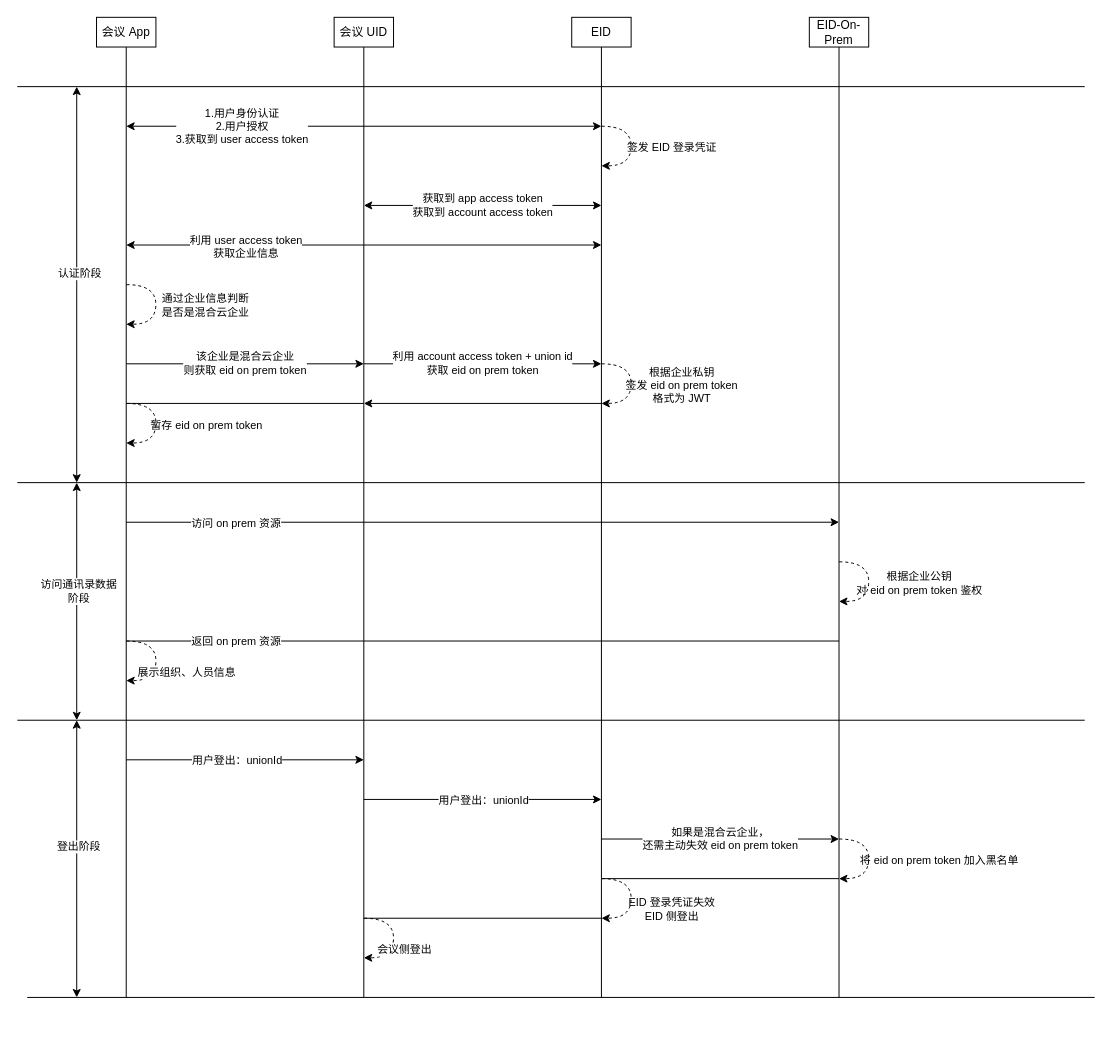
This is homework/src/main/resources/混合云认证数据流转.drawio from YufuMxl/geek_java_practise, a draw.io file, before an edit. Source tidied: cells renumbered, new cells numbered last; positions are measured from the earlier drawing's top-left corner, leaving out a move shared by most shapes. Both pictures are drawn from the tidied source at 99%, with x=0, y=0 at pixel (17, 17).
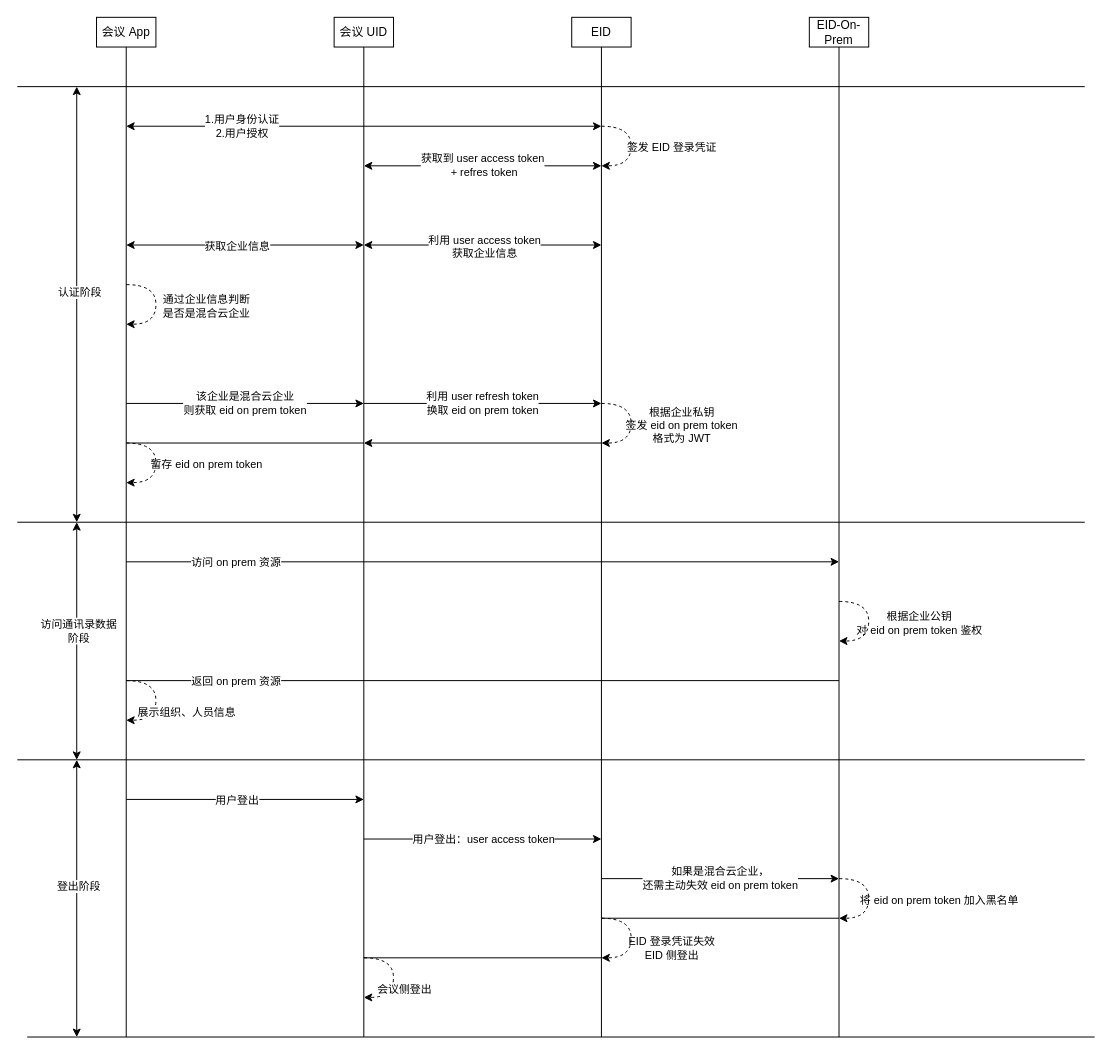
The same page after the edit.

Commit message (it also covers changes not shown here):
更新混合云认证数据流转.drawio

Unchanged cells that the change refers to:
```xml
<mxCell id="3" value="会议 App" style="rounded=0;whiteSpace=wrap;html=1;" parent="1" vertex="1">
  <mxGeometry x="80" width="60" height="30" as="geometry" />
</mxCell>
<mxCell id="5" value="会议 UID" style="rounded=0;whiteSpace=wrap;html=1;" parent="1" vertex="1">
  <mxGeometry x="320" width="60" height="30" as="geometry" />
</mxCell>
<mxCell id="7" value="EID" style="rounded=0;whiteSpace=wrap;html=1;" parent="1" vertex="1">
  <mxGeometry x="560" width="60" height="30" as="geometry" />
</mxCell>
<mxCell id="9" value="EID-On-Prem" style="rounded=0;whiteSpace=wrap;html=1;" parent="1" vertex="1">
  <mxGeometry x="800" width="60" height="30" as="geometry" />
</mxCell>
<mxCell id="10" style="endArrow=classic;html=1;rounded=0;startArrow=classic;startFill=1;" parent="1" edge="1">
  <mxGeometry relative="1" as="geometry">
    <mxPoint x="110" y="110" as="sourcePoint" />
    <mxPoint x="590" y="110" as="targetPoint" />
  </mxGeometry>
</mxCell>
```

Diff of the diagram source:
```diff
@@
     <mxCell id="2" style="endArrow=none;html=1;rounded=0;entryX=0.5;entryY=1;entryDx=0;entryDy=0;" parent="1" edge="1" target="3">
       <mxGeometry relative="1" as="geometry">
-        <mxPoint x="110" y="990" as="sourcePoint" />
+        <mxPoint x="110" y="1030" as="sourcePoint" />
       </mxGeometry>
     </mxCell>
@@
     <mxCell id="4" style="endArrow=none;html=1;rounded=0;entryX=0.5;entryY=1;entryDx=0;entryDy=0;" parent="1" edge="1" target="5">
       <mxGeometry relative="1" as="geometry">
-        <mxPoint x="350" y="990" as="sourcePoint" />
+        <mxPoint x="350" y="1030" as="sourcePoint" />
       </mxGeometry>
     </mxCell>
@@
     <mxCell id="6" style="endArrow=none;html=1;rounded=0;entryX=0.5;entryY=1;entryDx=0;entryDy=0;" parent="1" edge="1" target="7">
       <mxGeometry relative="1" as="geometry">
-        <mxPoint x="590" y="990" as="sourcePoint" />
+        <mxPoint x="590" y="1030" as="sourcePoint" />
       </mxGeometry>
     </mxCell>
@@
     <mxCell id="8" style="endArrow=none;html=1;rounded=0;entryX=0.5;entryY=1;entryDx=0;entryDy=0;" parent="1" edge="1" target="9">
       <mxGeometry relative="1" as="geometry">
-        <mxPoint x="830" y="990" as="sourcePoint" />
+        <mxPoint x="830" y="1030" as="sourcePoint" />
       </mxGeometry>
     </mxCell>
@@
-    <mxCell id="11" value="&lt;div&gt;1.用户身份认证&lt;/div&gt;&lt;div&gt;2.用户授权&lt;br&gt;&lt;/div&gt;&lt;div&gt;3.获取到 user access token&lt;/div&gt;" style="edgeLabel;html=1;align=center;verticalAlign=middle;" parent="10" vertex="1">
+    <mxCell id="11" value="&lt;div&gt;1.用户身份认证&lt;/div&gt;&lt;div&gt;2.用户授权&lt;br&gt;&lt;/div&gt;" style="edgeLabel;html=1;align=center;verticalAlign=middle;" parent="10" vertex="1">
       <mxGeometry x="-0.55" y="1" relative="1" as="geometry">
         <mxPoint x="8" as="offset" />
       </mxGeometry>
     </mxCell>
     <mxCell id="12" style="endArrow=classic;html=1;rounded=0;startArrow=none;startFill=0;" parent="1" edge="1">
       <mxGeometry relative="1" as="geometry">
-        <mxPoint x="350" y="350" as="sourcePoint" />
-        <mxPoint x="590" y="350" as="targetPoint" />
+        <mxPoint x="350" y="390" as="sourcePoint" />
+        <mxPoint x="590" y="390" as="targetPoint" />
       </mxGeometry>
     </mxCell>
-    <mxCell id="13" value="&lt;div&gt;利用 account access token + union id&lt;br&gt;&lt;/div&gt;&lt;div&gt;获取 eid on prem token&lt;/div&gt;" style="edgeLabel;html=1;align=center;verticalAlign=middle;" parent="12" vertex="1">
+    <mxCell id="13" value="&lt;div&gt;利用 user refresh token&lt;br&gt;&lt;/div&gt;&lt;div&gt;换取 eid on prem token&lt;/div&gt;" style="edgeLabel;html=1;align=center;verticalAlign=middle;" parent="12" vertex="1">
       <mxGeometry x="0.04" y="1" relative="1" as="geometry">
         <mxPoint x="-6" as="offset" />
       </mxGeometry>
     </mxCell>
-    <mxCell id="14" value="&lt;div&gt;获取到 app access token&lt;/div&gt;&lt;div&gt;获取到 account access token&lt;br&gt;&lt;/div&gt;" style="endArrow=classic;html=1;rounded=0;startArrow=classic;startFill=1;" parent="1" edge="1">
-      <mxGeometry relative="1" as="geometry">
-        <mxPoint x="350" y="190" as="sourcePoint" />
-        <mxPoint x="590" y="190" as="targetPoint" />
-      </mxGeometry>
-    </mxCell>
     <mxCell id="15" style="endArrow=classic;html=1;rounded=0;" parent="1" edge="1">
       <mxGeometry relative="1" as="geometry">
-        <mxPoint x="110" y="510" as="sourcePoint" />
-        <mxPoint x="830" y="510" as="targetPoint" />
+        <mxPoint x="110" y="550" as="sourcePoint" />
+        <mxPoint x="830" y="550" as="targetPoint" />
       </mxGeometry>
     </mxCell>
@@
     <mxCell id="17" style="endArrow=classic;html=1;rounded=0;" parent="1" edge="1">
       <mxGeometry relative="1" as="geometry">
-        <mxPoint x="110" y="750" as="sourcePoint" />
-        <mxPoint x="350" y="750" as="targetPoint" />
+        <mxPoint x="110" y="790" as="sourcePoint" />
+        <mxPoint x="350" y="790" as="targetPoint" />
       </mxGeometry>
     </mxCell>
-    <mxCell id="18" value="用户登出：unionId" style="edgeLabel;html=1;align=center;verticalAlign=middle;" parent="17" vertex="1">
+    <mxCell id="18" value="用户登出" style="edgeLabel;html=1;align=center;verticalAlign=middle;" parent="17" vertex="1">
       <mxGeometry x="-0.32" relative="1" as="geometry">
         <mxPoint x="29" as="offset" />
       </mxGeometry>
     </mxCell>
     <mxCell id="19" style="endArrow=classic;html=1;rounded=0;dashed=1;edgeStyle=orthogonalEdgeStyle;curved=1;" parent="1" edge="1">
       <mxGeometry relative="1" as="geometry">
-        <mxPoint x="350" y="910" as="sourcePoint" />
-        <mxPoint x="350" y="950" as="targetPoint" />
+        <mxPoint x="350" y="950" as="sourcePoint" />
+        <mxPoint x="350" y="990" as="targetPoint" />
         <Array as="points">
-          <mxPoint x="380" y="910" />
           <mxPoint x="380" y="950" />
+          <mxPoint x="380" y="990" />
         </Array>
       </mxGeometry>
     </mxCell>
@@
     <mxCell id="21" style="endArrow=classic;html=1;rounded=0;" parent="1" edge="1">
       <mxGeometry relative="1" as="geometry">
-        <mxPoint x="350" y="790" as="sourcePoint" />
-        <mxPoint x="590" y="790" as="targetPoint" />
+        <mxPoint x="350" y="830" as="sourcePoint" />
+        <mxPoint x="590" y="830" as="targetPoint" />
       </mxGeometry>
     </mxCell>
-    <mxCell id="22" value="用户登出：unionId" style="edgeLabel;html=1;align=center;verticalAlign=middle;" parent="21" vertex="1">
+    <mxCell id="22" value="用户登出：user access token" style="edgeLabel;html=1;align=center;verticalAlign=middle;" parent="21" vertex="1">
       <mxGeometry x="-0.16" relative="1" as="geometry">
         <mxPoint x="19" as="offset" />
       </mxGeometry>
     </mxCell>
     <mxCell id="23" value="&lt;div&gt;如果是混合云企业，&lt;/div&gt;&lt;div&gt;还需主动失效 eid on prem token&lt;/div&gt;" style="endArrow=classic;html=1;rounded=0;" parent="1" edge="1">
       <mxGeometry relative="1" as="geometry">
-        <mxPoint x="590" y="830" as="sourcePoint" />
-        <mxPoint x="830" y="830" as="targetPoint" />
+        <mxPoint x="590" y="870" as="sourcePoint" />
+        <mxPoint x="830" y="870" as="targetPoint" />
       </mxGeometry>
     </mxCell>
     <mxCell id="24" style="endArrow=none;html=1;rounded=0;" parent="1" edge="1">
       <mxGeometry relative="1" as="geometry">
-        <mxPoint y="470" as="sourcePoint" />
-        <mxPoint x="1078.2" y="470" as="targetPoint" />
+        <mxPoint y="510" as="sourcePoint" />
+        <mxPoint x="1078.2" y="510" as="targetPoint" />
       </mxGeometry>
     </mxCell>
@@
     <mxCell id="26" style="endArrow=classic;startArrow=classic;html=1;rounded=0;" parent="1" edge="1">
       <mxGeometry relative="1" as="geometry">
-        <mxPoint x="60" y="470" as="sourcePoint" />
+        <mxPoint x="60" y="510" as="sourcePoint" />
         <mxPoint x="60" y="70" as="targetPoint" />
       </mxGeometry>
     </mxCell>
@@
     <mxCell id="28" style="endArrow=none;html=1;rounded=0;" parent="1" edge="1">
       <mxGeometry relative="1" as="geometry">
-        <mxPoint y="710" as="sourcePoint" />
-        <mxPoint x="1078.2" y="710" as="targetPoint" />
+        <mxPoint y="750" as="sourcePoint" />
+        <mxPoint x="1078.2" y="750" as="targetPoint" />
       </mxGeometry>
     </mxCell>
     <mxCell id="29" style="endArrow=classic;html=1;rounded=0;startArrow=classic;startFill=1;" parent="1" edge="1">
       <mxGeometry relative="1" as="geometry">
         <mxPoint x="110" y="230" as="sourcePoint" />
-        <mxPoint x="590" y="230" as="targetPoint" />
+        <mxPoint x="350" y="230" as="targetPoint" />
       </mxGeometry>
     </mxCell>
-    <mxCell id="30" value="&lt;div&gt;利用 user access token&lt;/div&gt;&lt;div&gt;获取企业信息&lt;br&gt;&lt;/div&gt;" style="edgeLabel;html=1;align=center;verticalAlign=middle;" parent="29" vertex="1">
+    <mxCell id="30" value="&lt;div&gt;获取企业信息&lt;br&gt;&lt;/div&gt;" style="edgeLabel;html=1;align=center;verticalAlign=middle;" parent="29" vertex="1">
       <mxGeometry x="-0.55" y="-1" relative="1" as="geometry">
-        <mxPoint x="12" as="offset" />
+        <mxPoint x="57" as="offset" />
       </mxGeometry>
     </mxCell>
     <mxCell id="31" style="endArrow=classic;html=1;rounded=0;dashed=1;edgeStyle=orthogonalEdgeStyle;curved=1;" parent="1" edge="1">
       <mxGeometry relative="1" as="geometry">
         <mxPoint x="110" y="270" as="sourcePoint" />
         <mxPoint x="110" y="310" as="targetPoint" />
         <Array as="points">
-          <mxPoint x="139.9" y="270" />
-          <mxPoint x="139.9" y="310" />
+          <mxPoint x="140" y="270" />
+          <mxPoint x="140" y="310" />
         </Array>
       </mxGeometry>
     </mxCell>
@@
     <mxCell id="33" value="&lt;div&gt;该企业是混合云企业&lt;br&gt;&lt;/div&gt;&lt;div&gt;则获取 eid on prem token&lt;br&gt;&lt;/div&gt;" style="endArrow=classic;html=1;rounded=0;startArrow=none;startFill=0;" parent="1" edge="1">
       <mxGeometry relative="1" as="geometry">
-        <mxPoint x="110" y="350" as="sourcePoint" />
-        <mxPoint x="350" y="350" as="targetPoint" />
+        <mxPoint x="110" y="390" as="sourcePoint" />
+        <mxPoint x="350" y="390" as="targetPoint" />
       </mxGeometry>
     </mxCell>
     <mxCell id="34" style="endArrow=classic;startArrow=classic;html=1;rounded=0;" parent="1" edge="1">
       <mxGeometry relative="1" as="geometry">
-        <mxPoint x="60" y="710" as="sourcePoint" />
-        <mxPoint x="60" y="470" as="targetPoint" />
+        <mxPoint x="60" y="750" as="sourcePoint" />
+        <mxPoint x="60" y="510" as="targetPoint" />
       </mxGeometry>
     </mxCell>
@@
     <mxCell id="36" style="endArrow=classic;html=1;rounded=0;dashed=1;edgeStyle=orthogonalEdgeStyle;curved=1;" parent="1" edge="1">
       <mxGeometry relative="1" as="geometry">
-        <mxPoint x="830" y="550" as="sourcePoint" />
-        <mxPoint x="830" y="590" as="targetPoint" />
+        <mxPoint x="830" y="590" as="sourcePoint" />
+        <mxPoint x="830" y="630" as="targetPoint" />
         <Array as="points">
-          <mxPoint x="860" y="550" />
           <mxPoint x="860" y="590" />
+          <mxPoint x="860" y="630" />
         </Array>
       </mxGeometry>
     </mxCell>
@@
     <mxCell id="38" style="endArrow=none;html=1;rounded=0;startArrow=none;startFill=0;endFill=0;" parent="1" edge="1">
       <mxGeometry relative="1" as="geometry">
-        <mxPoint x="110" y="630" as="sourcePoint" />
-        <mxPoint x="830" y="630" as="targetPoint" />
+        <mxPoint x="110" y="670" as="sourcePoint" />
+        <mxPoint x="830" y="670" as="targetPoint" />
       </mxGeometry>
     </mxCell>
@@
     <mxCell id="40" style="endArrow=classic;html=1;rounded=0;dashed=1;edgeStyle=orthogonalEdgeStyle;curved=1;" parent="1" edge="1">
       <mxGeometry relative="1" as="geometry">
-        <mxPoint x="830" y="830" as="sourcePoint" />
-        <mxPoint x="830" y="870" as="targetPoint" />
+        <mxPoint x="830" y="870" as="sourcePoint" />
+        <mxPoint x="830" y="910" as="targetPoint" />
         <Array as="points">
-          <mxPoint x="860" y="830" />
           <mxPoint x="860" y="870" />
+          <mxPoint x="860" y="910" />
         </Array>
       </mxGeometry>
     </mxCell>
@@
     <mxCell id="42" style="endArrow=none;html=1;rounded=0;startArrow=none;startFill=0;endFill=0;" parent="1" edge="1">
       <mxGeometry relative="1" as="geometry">
-        <mxPoint x="590" y="870" as="sourcePoint" />
-        <mxPoint x="830" y="870" as="targetPoint" />
+        <mxPoint x="590" y="910" as="sourcePoint" />
+        <mxPoint x="830" y="910" as="targetPoint" />
       </mxGeometry>
     </mxCell>
     <mxCell id="43" style="endArrow=classic;html=1;rounded=0;dashed=1;edgeStyle=orthogonalEdgeStyle;curved=1;" parent="1" edge="1">
       <mxGeometry relative="1" as="geometry">
-        <mxPoint x="590" y="870" as="sourcePoint" />
-        <mxPoint x="590" y="910" as="targetPoint" />
+        <mxPoint x="590" y="910" as="sourcePoint" />
+        <mxPoint x="590" y="950" as="targetPoint" />
         <Array as="points">
-          <mxPoint x="620" y="870" />
           <mxPoint x="620" y="910" />
+          <mxPoint x="620" y="950" />
         </Array>
       </mxGeometry>
     </mxCell>
@@
     <mxCell id="45" style="endArrow=none;html=1;rounded=0;endFill=0;" parent="1" edge="1">
       <mxGeometry relative="1" as="geometry">
-        <mxPoint x="350" y="910" as="sourcePoint" />
-        <mxPoint x="590" y="910" as="targetPoint" />
+        <mxPoint x="350" y="950" as="sourcePoint" />
+        <mxPoint x="590" y="950" as="targetPoint" />
       </mxGeometry>
     </mxCell>
     <mxCell id="46" style="endArrow=classic;html=1;rounded=0;dashed=1;edgeStyle=orthogonalEdgeStyle;curved=1;" parent="1" edge="1">
       <mxGeometry relative="1" as="geometry">
-        <mxPoint x="110" y="630" as="sourcePoint" />
-        <mxPoint x="110" y="670" as="targetPoint" />
+        <mxPoint x="110" y="670" as="sourcePoint" />
+        <mxPoint x="110" y="710" as="targetPoint" />
         <Array as="points">
-          <mxPoint x="140" y="630" />
           <mxPoint x="140" y="670" />
+          <mxPoint x="140" y="710" />
         </Array>
       </mxGeometry>
     </mxCell>
@@
     <mxCell id="48" style="endArrow=classic;html=1;rounded=0;dashed=1;edgeStyle=orthogonalEdgeStyle;curved=1;" parent="1" edge="1">
       <mxGeometry relative="1" as="geometry">
-        <mxPoint x="590" y="350" as="sourcePoint" />
-        <mxPoint x="590" y="390" as="targetPoint" />
+        <mxPoint x="590" y="390" as="sourcePoint" />
+        <mxPoint x="590" y="430" as="targetPoint" />
         <Array as="points">
-          <mxPoint x="620" y="350" />
           <mxPoint x="620" y="390" />
+          <mxPoint x="620" y="430" />
         </Array>
       </mxGeometry>
     </mxCell>
@@
     <mxCell id="50" style="endArrow=none;html=1;rounded=0;startArrow=classic;startFill=1;endFill=0;" parent="1" edge="1">
       <mxGeometry relative="1" as="geometry">
-        <mxPoint x="350" y="390" as="sourcePoint" />
-        <mxPoint x="590" y="390" as="targetPoint" />
+        <mxPoint x="350" y="430" as="sourcePoint" />
+        <mxPoint x="590" y="430" as="targetPoint" />
       </mxGeometry>
     </mxCell>
     <mxCell id="51" style="endArrow=none;html=1;rounded=0;startArrow=none;startFill=0;endFill=0;" parent="1" edge="1">
       <mxGeometry relative="1" as="geometry">
-        <mxPoint x="110" y="390" as="sourcePoint" />
-        <mxPoint x="350" y="390" as="targetPoint" />
+        <mxPoint x="110" y="430" as="sourcePoint" />
+        <mxPoint x="350" y="430" as="targetPoint" />
       </mxGeometry>
     </mxCell>
     <mxCell id="52" style="endArrow=classic;html=1;rounded=0;dashed=1;edgeStyle=orthogonalEdgeStyle;curved=1;" parent="1" edge="1">
       <mxGeometry relative="1" as="geometry">
-        <mxPoint x="110" y="390" as="sourcePoint" />
-        <mxPoint x="110" y="430" as="targetPoint" />
+        <mxPoint x="110" y="430" as="sourcePoint" />
+        <mxPoint x="110" y="470" as="targetPoint" />
         <Array as="points">
-          <mxPoint x="140" y="390" />
           <mxPoint x="140" y="430" />
+          <mxPoint x="140" y="470" />
         </Array>
       </mxGeometry>
     </mxCell>
@@
     <mxCell id="54" style="endArrow=none;html=1;rounded=0;" parent="1" edge="1">
       <mxGeometry relative="1" as="geometry">
-        <mxPoint x="10" y="990" as="sourcePoint" />
-        <mxPoint x="1088.2" y="990" as="targetPoint" />
+        <mxPoint x="10" y="1030" as="sourcePoint" />
+        <mxPoint x="1088.2" y="1030" as="targetPoint" />
       </mxGeometry>
     </mxCell>
     <mxCell id="55" style="endArrow=classic;startArrow=classic;html=1;rounded=0;" parent="1" edge="1">
       <mxGeometry relative="1" as="geometry">
-        <mxPoint x="60" y="990" as="sourcePoint" />
-        <mxPoint x="60" y="710" as="targetPoint" />
+        <mxPoint x="60" y="1030" as="sourcePoint" />
+        <mxPoint x="60" y="750" as="targetPoint" />
       </mxGeometry>
     </mxCell>
@@
+    <mxCell id="59" style="endArrow=classic;html=1;rounded=0;startArrow=classic;startFill=1;" parent="1" edge="1">
+      <mxGeometry relative="1" as="geometry">
+        <mxPoint x="350" y="230" as="sourcePoint" />
+        <mxPoint x="590" y="230" as="targetPoint" />
+      </mxGeometry>
+    </mxCell>
+    <mxCell id="60" value="&lt;div&gt;利用 user access token&lt;/div&gt;&lt;div&gt;获取企业信息&lt;/div&gt;" style="edgeLabel;html=1;align=center;verticalAlign=middle;" parent="59" vertex="1">
+      <mxGeometry x="-0.55" y="-1" relative="1" as="geometry">
+        <mxPoint x="67" as="offset" />
+      </mxGeometry>
+    </mxCell>
+    <mxCell id="61" value="&lt;div&gt;获取到 user access token&lt;/div&gt;&amp;nbsp;+ refres token" style="endArrow=classic;html=1;rounded=0;startArrow=classic;startFill=1;" parent="1" edge="1">
+      <mxGeometry relative="1" as="geometry">
+        <mxPoint x="350" y="150" as="sourcePoint" />
+        <mxPoint x="590" y="150" as="targetPoint" />
+      </mxGeometry>
+    </mxCell>
```
